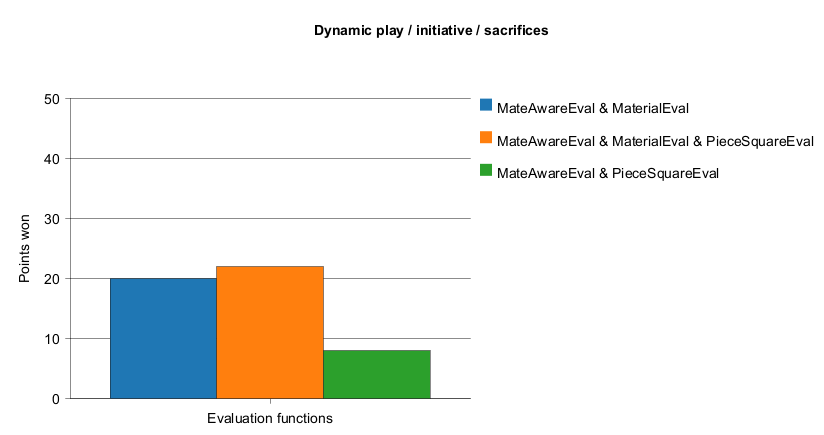
l2c0r3/blobfish keeps this PlantUML diagram as docs/evaluation/report/movequality/DynamicPlayInitiativeSacrifices.png. Above is the earlier version.
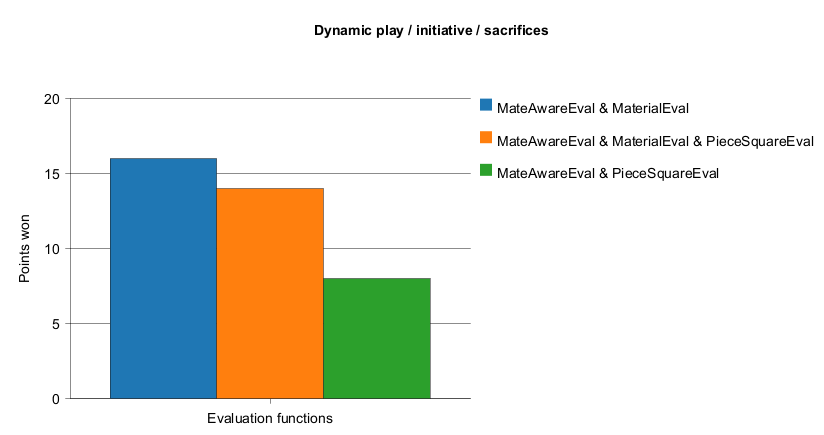
Above is the later version.

What changed in the source:
```diff
@@ -5,10 +5,10 @@
 end title
 
 h-axis [ Evaluation functions ]
-v-axis "Points won" 0 --> 50.0 spacing 10.0 grid
+v-axis "Points won" 0 --> 20.0 spacing 5.0 grid
 
-bar "MateAwareEval & MaterialEval"[ 20.0 ] #1F77B4
-bar "MateAwareEval & MaterialEval & PieceSquareEval"[ 22.0 ] #FF7F0E
+bar "MateAwareEval & MaterialEval"[ 16.0 ] #1F77B4
+bar "MateAwareEval & MaterialEval & PieceSquareEval"[ 14.0 ] #FF7F0E
 bar "MateAwareEval & PieceSquareEval"[ 8.0 ] #2CA02C
 
 legend right
```
